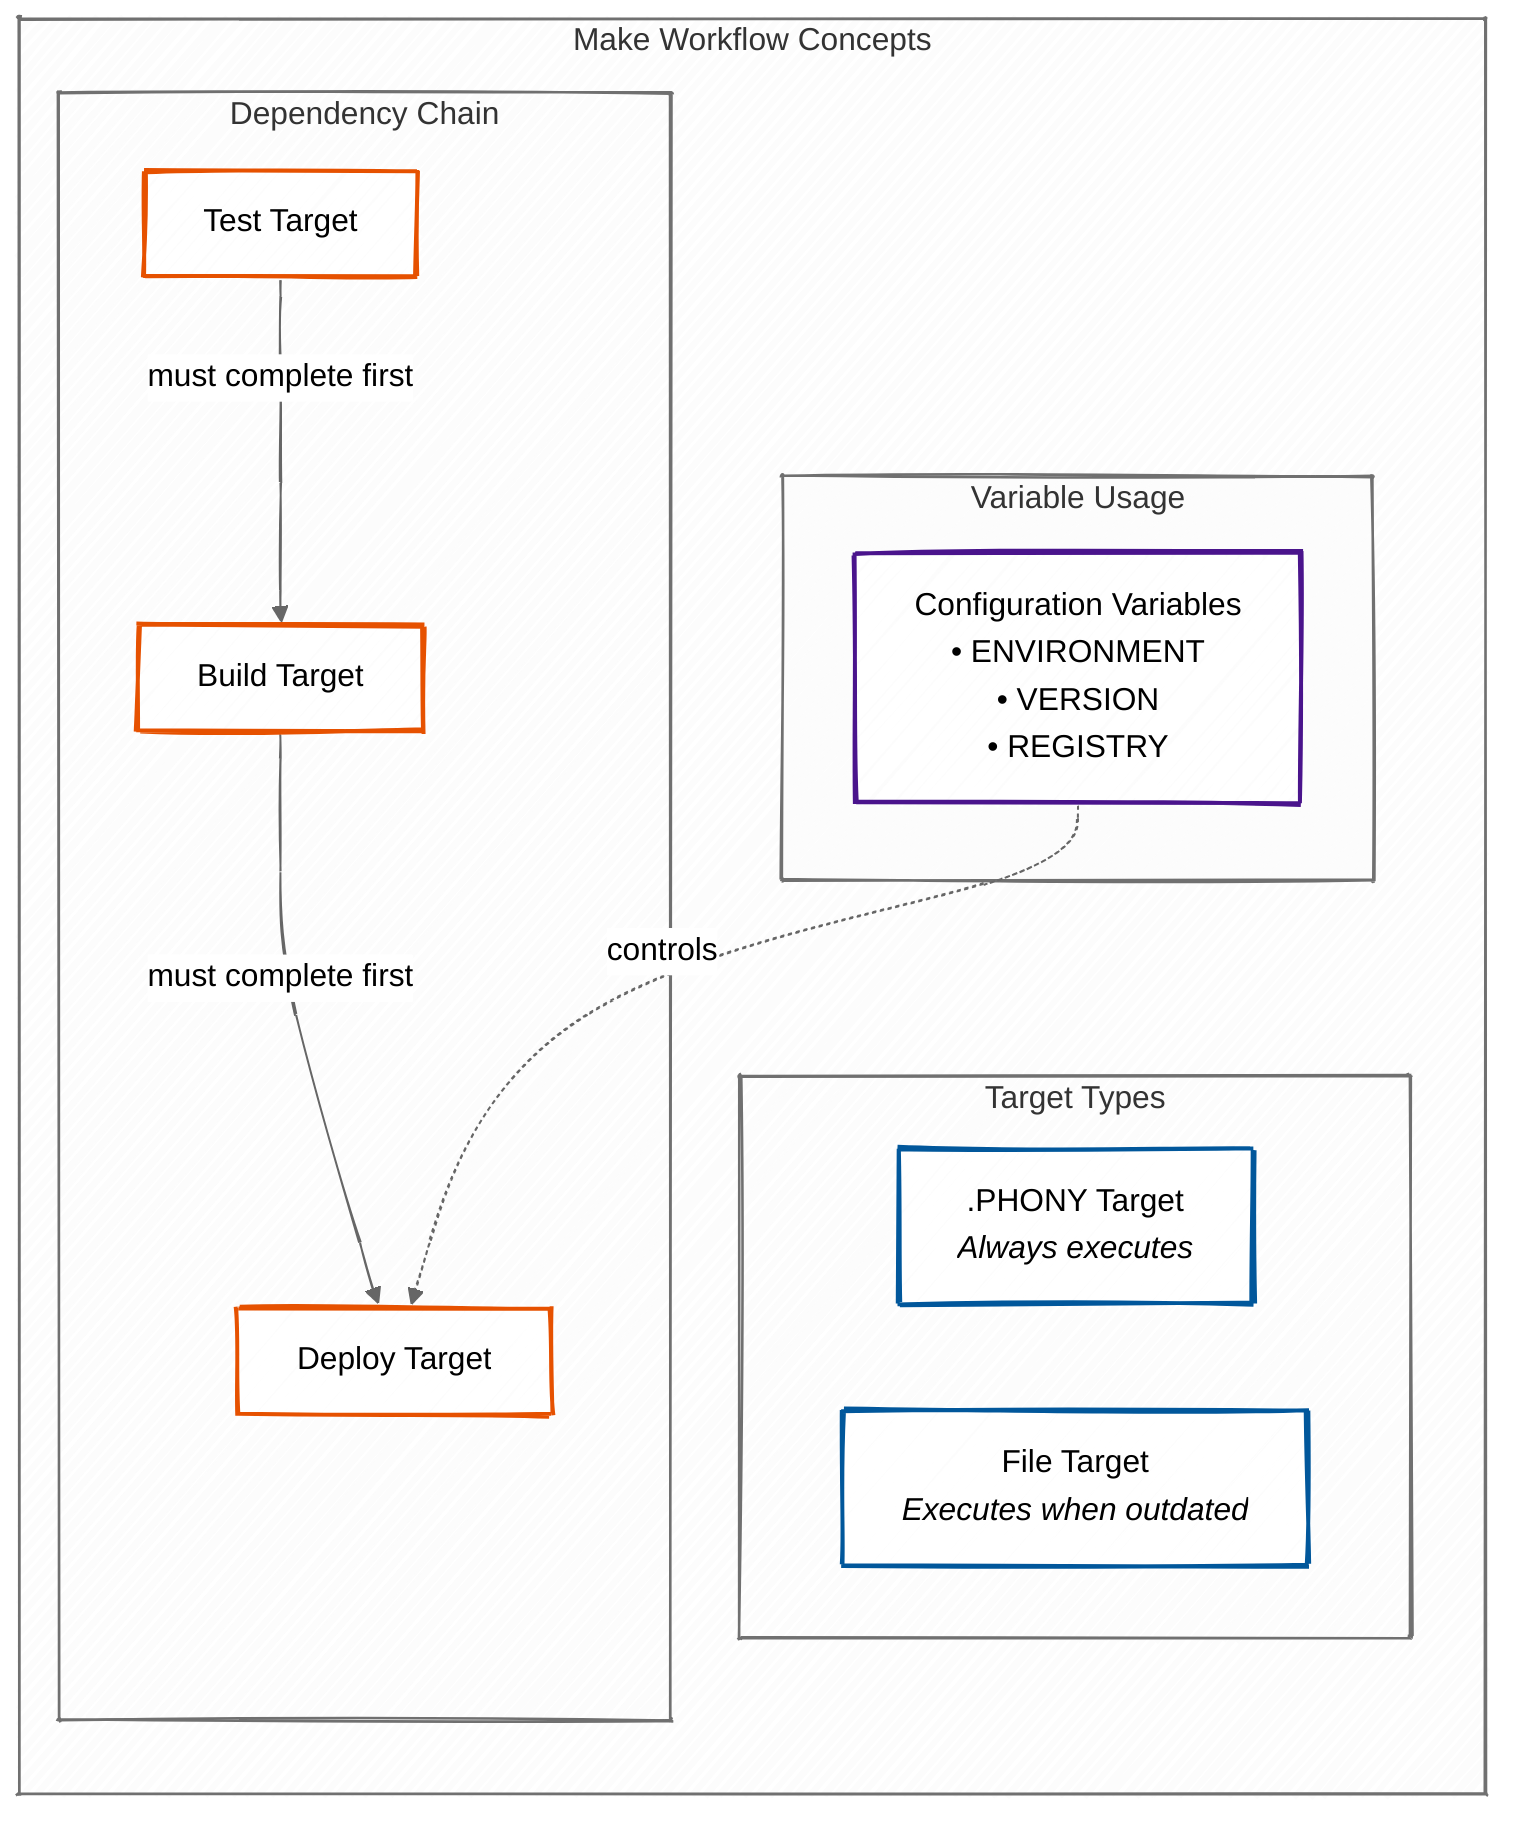
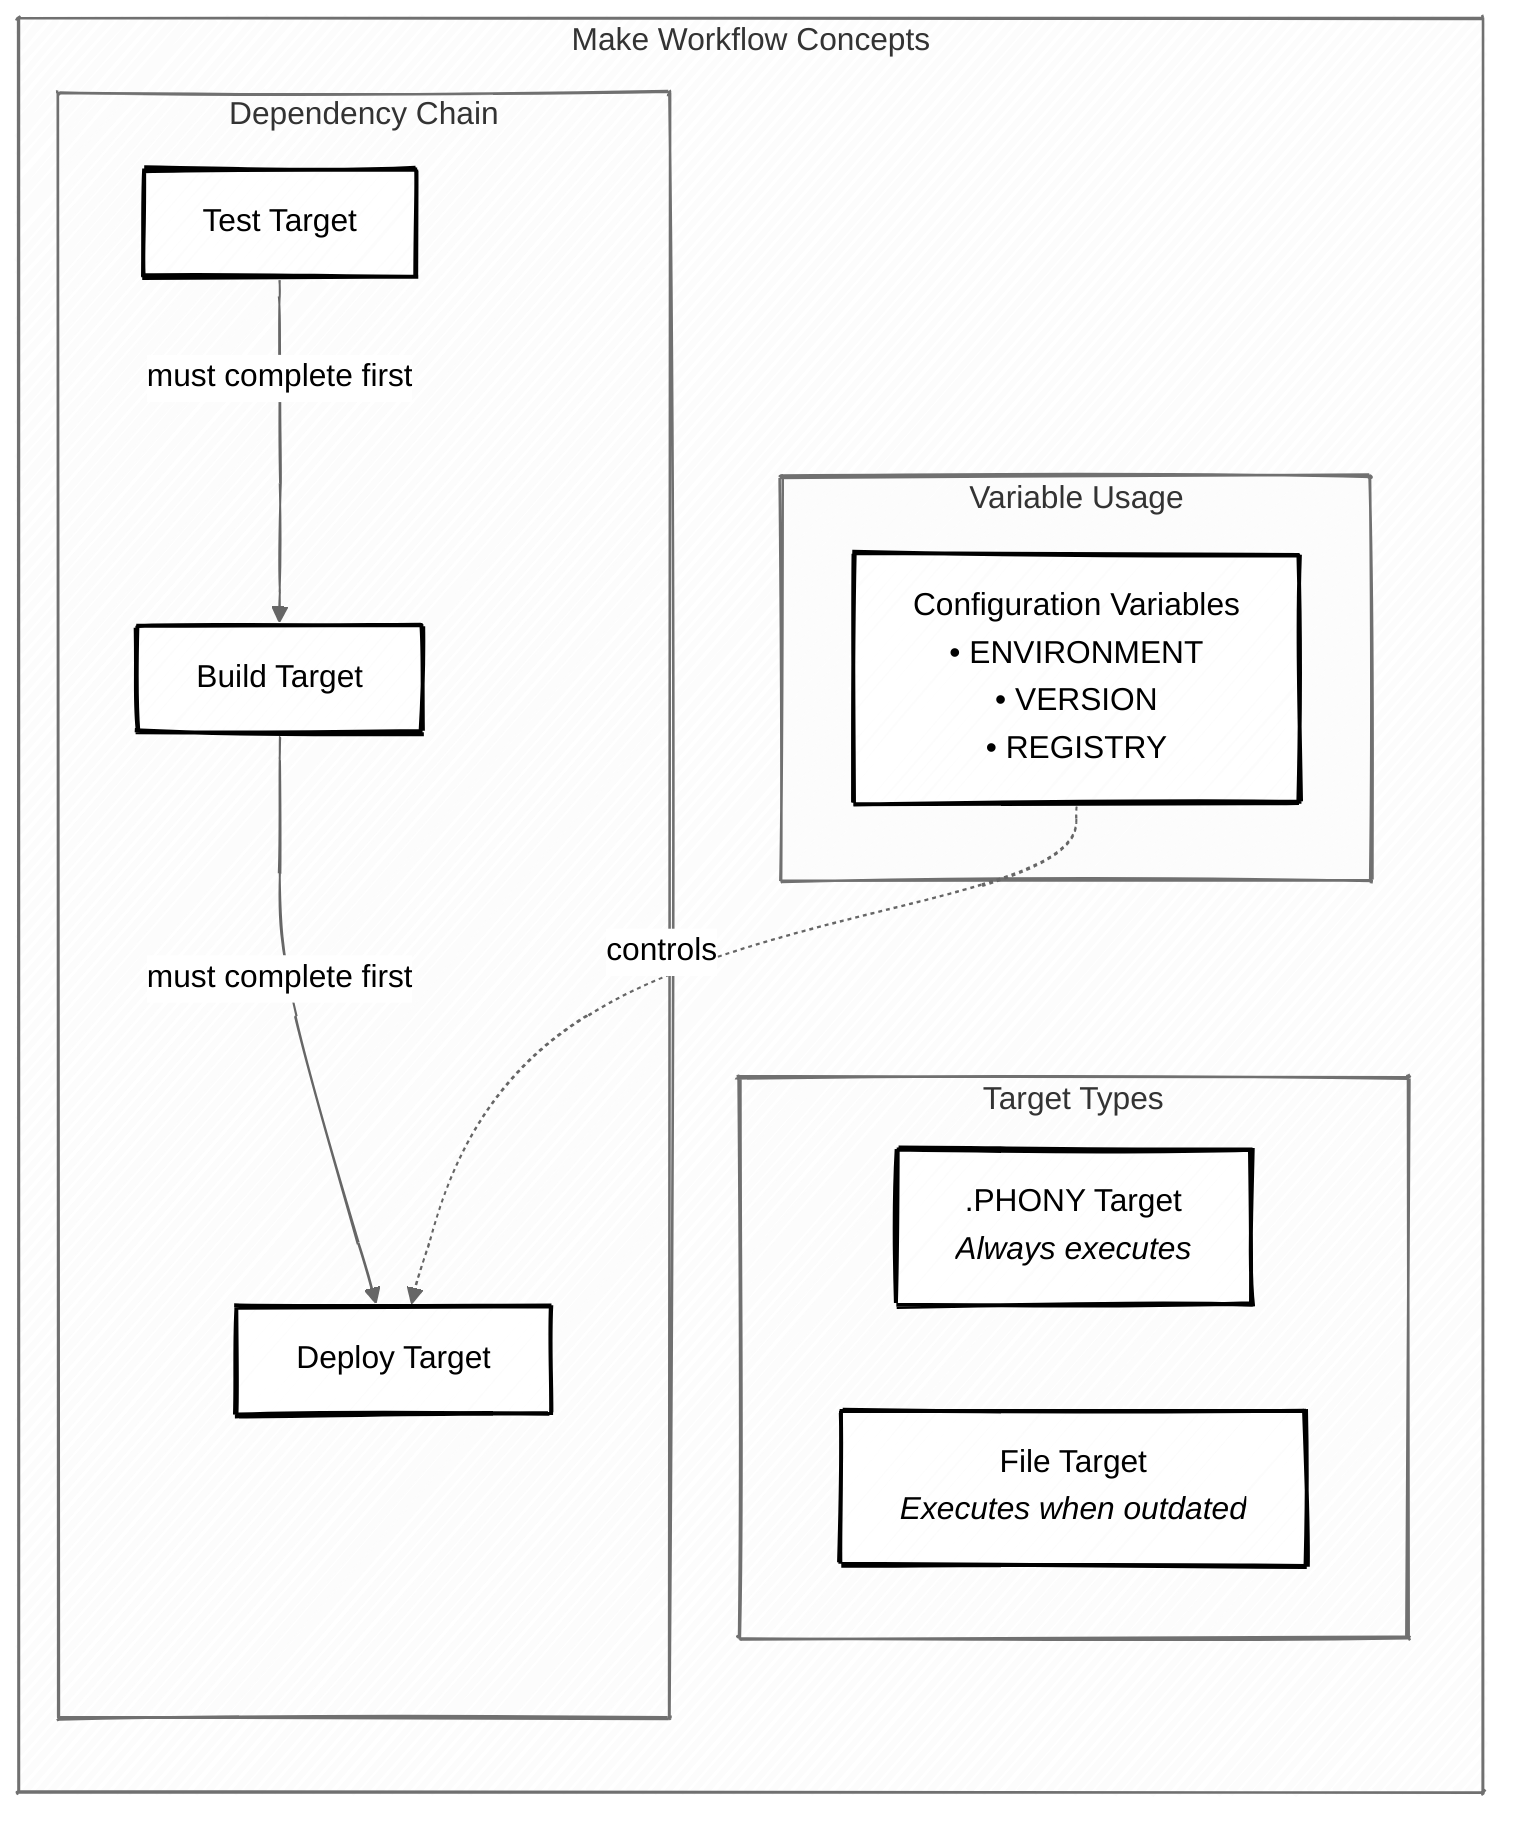
---
config:
  look: handDrawn
  theme: neutral
---
flowchart TD
    %% Styling
-     classDef target fill:#fff,stroke:#01579b,stroke-width:2px,color:#000
-     classDef prereq fill:#fff,stroke:#e65100,stroke-width:2px,color:#000
-     classDef var fill:#fff,stroke:#4a148c,stroke-width:2px,color:#000
+     classDef target fill:#fff,stroke:#000,stroke-width:2px,color:#000
+     classDef prereq fill:#fff,stroke:#000,stroke-width:2px,color:#000
+     classDef var fill:#fff,stroke:#000,stroke-width:2px,color:#000

    subgraph "Make Workflow Concepts"
        direction TB

        subgraph "Target Types"
            P[".PHONY Target<br/><i>Always executes</i>"]:::target
            F["File Target<br/><i>Executes when outdated</i>"]:::target
        end

        subgraph "Dependency Chain"
            T["Test Target"]:::prereq
            B["Build Target"]:::prereq
            D["Deploy Target"]:::prereq
            T -->|"must complete first"| B
            B -->|"must complete first"| D
        end

        subgraph "Variable Usage"
            V["Configuration Variables<br/>#8226; ENVIRONMENT<br/>#8226; VERSION<br/>#8226; REGISTRY"]:::var
            V -.->|"controls"| D
        end
    end
